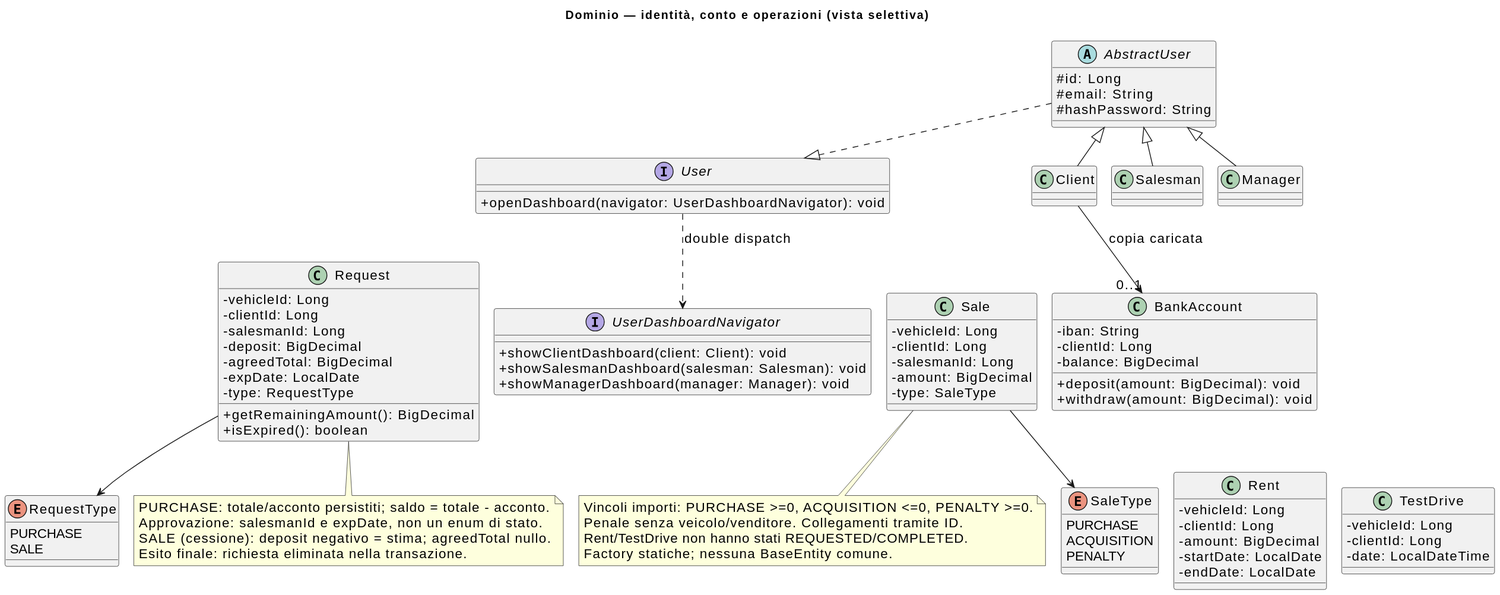
Before: docs/diagrams/current/class-domain-workflows.svg, a diagram exported from PlantUML (fededamo/DriveHub).
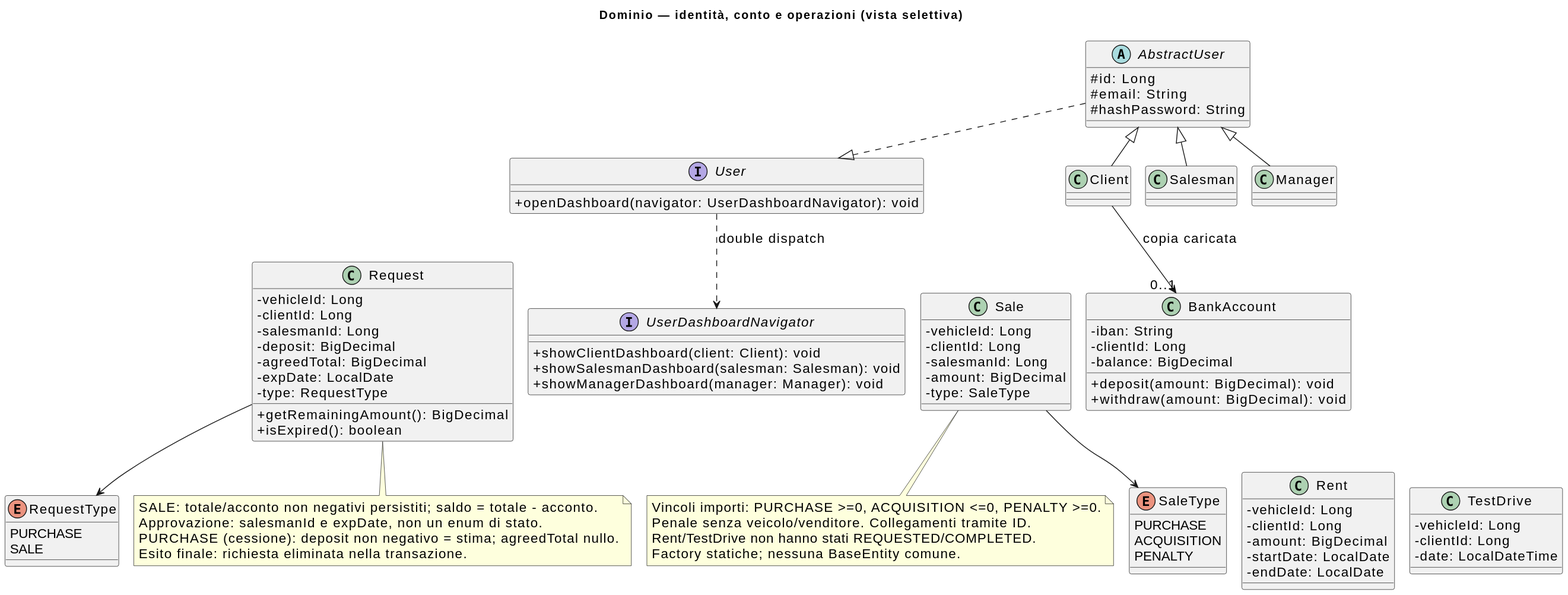
The same diagram one commit later.

The edit, as a diff of the source:
```diff
@@ -79,9 +79,9 @@
 Sale -[hidden]down-> Rent
 Rent -[hidden]right-> TestDrive
 note bottom of Request
-  PURCHASE: totale/acconto persistiti; saldo = totale - acconto.
+  SALE: totale/acconto non negativi persistiti; saldo = totale - acconto.
   Approvazione: salesmanId e expDate, non un enum di stato.
-  SALE (cessione): deposit negativo = stima; agreedTotal nullo.
+  PURCHASE (cessione): deposit non negativo = stima; agreedTotal nullo.
   Esito finale: richiesta eliminata nella transazione.
 end note
 note bottom of Sale
```
